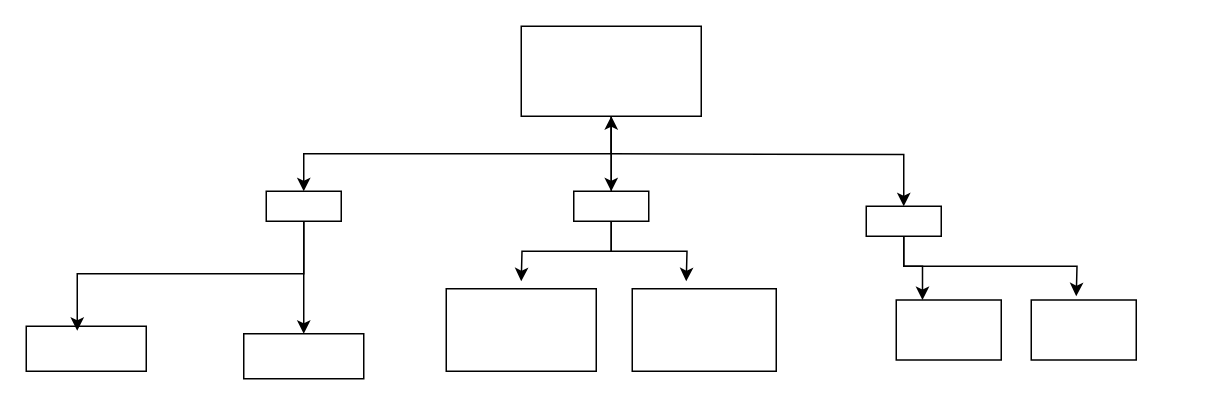
ICS3U-C-Programming-HiabGm/-Unit2-01-Python keeps this draw.io diagram as Untitled Diagram.drawio. Above is the earlier version. Source tidied: cells renumbered, new cells numbered last; positions are measured from the earlier drawing's top-left corner, leaving out a move shared by most shapes. Both pictures are drawn from the tidied source at 150%, with x=0, y=0 at pixel (26, 26).
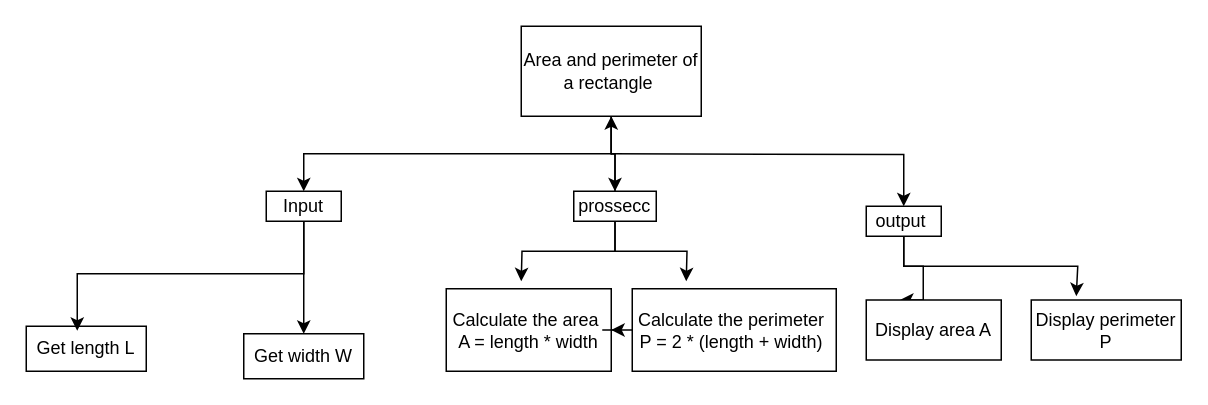
The same diagram, later.

Diff of the diagram source:
```diff
@@
-    <mxCell id="3" style="rounded=0;whiteSpace=wrap;html=1;" parent="1" vertex="1">
+    <mxCell id="3" value="Area and perimeter of a rectangle&amp;nbsp;" style="rounded=0;whiteSpace=wrap;html=1;" parent="1" vertex="1">
       <mxGeometry x="330" width="120" height="60" as="geometry" />
     </mxCell>
@@
-    <mxCell id="5" style="rounded=0;whiteSpace=wrap;html=1;" parent="1" vertex="1">
+    <mxCell id="5" value="Input" style="rounded=0;whiteSpace=wrap;html=1;" parent="1" vertex="1">
       <mxGeometry x="160" y="110" width="50" height="20" as="geometry" />
     </mxCell>
@@
-    <mxCell id="9" style="rounded=0;whiteSpace=wrap;html=1;" parent="1" vertex="1">
-      <mxGeometry x="365" y="110" width="50" height="20" as="geometry" />
+    <mxCell id="9" value="prossecc" style="rounded=0;whiteSpace=wrap;html=1;" parent="1" vertex="1">
+      <mxGeometry x="365" y="110" width="55" height="20" as="geometry" />
     </mxCell>
@@
-    <mxCell id="11" style="rounded=0;whiteSpace=wrap;html=1;" parent="1" vertex="1">
+    <mxCell id="11" value="Get length L" style="rounded=0;whiteSpace=wrap;html=1;" parent="1" vertex="1">
       <mxGeometry y="200" width="80" height="30" as="geometry" />
     </mxCell>
-    <mxCell id="12" style="rounded=0;whiteSpace=wrap;html=1;" parent="1" vertex="1">
+    <mxCell id="12" value="Get width W" style="rounded=0;whiteSpace=wrap;html=1;" parent="1" vertex="1">
       <mxGeometry x="145" y="205" width="80" height="30" as="geometry" />
     </mxCell>
@@
     <mxCell id="16" style="edgeStyle=orthogonalEdgeStyle;rounded=0;jettySize=auto;html=1;exitX=0.5;exitY=1;exitDx=0;exitDy=0;" parent="1" edge="1" source="17">
       <mxGeometry relative="1" as="geometry">
         <mxPoint x="700" y="180" as="targetPoint" />
+        <Array as="points">
+          <mxPoint x="585" y="160" />
+          <mxPoint x="701" y="160" />
+        </Array>
       </mxGeometry>
     </mxCell>
-    <mxCell id="17" style="rounded=0;whiteSpace=wrap;html=1;" parent="1" vertex="1">
+    <mxCell id="17" value="output&amp;nbsp;" style="rounded=0;whiteSpace=wrap;html=1;" parent="1" vertex="1">
       <mxGeometry x="560" y="120" width="50" height="20" as="geometry" />
     </mxCell>
-    <mxCell id="18" style="rounded=0;whiteSpace=wrap;html=1;" parent="1" vertex="1">
-      <mxGeometry x="280" y="175" width="100" height="55" as="geometry" />
+    <mxCell id="18" value="Calculate the area&amp;nbsp;&lt;div&gt;A = length * width&lt;/div&gt;" style="rounded=0;whiteSpace=wrap;html=1;" parent="1" vertex="1">
+      <mxGeometry x="280" y="175" width="110" height="55" as="geometry" />
     </mxCell>
+    <mxCell id="23" style="edgeStyle=orthogonalEdgeStyle;rounded=0;jettySize=auto;html=1;" parent="1" edge="1" source="19" target="18">
+      <mxGeometry relative="1" as="geometry" />
+    </mxCell>
-    <mxCell id="19" style="rounded=0;whiteSpace=wrap;html=1;" parent="1" vertex="1">
-      <mxGeometry x="404" y="175" width="96" height="55" as="geometry" />
+    <mxCell id="19" value="Calculate the&amp;nbsp;perimeter&amp;nbsp; P = 2 * (length + width)&amp;nbsp;" style="rounded=0;whiteSpace=wrap;html=1;" parent="1" vertex="1">
+      <mxGeometry x="404" y="175" width="136" height="55" as="geometry" />
     </mxCell>
-    <mxCell id="20" style="rounded=0;whiteSpace=wrap;html=1;" parent="1" vertex="1">
-      <mxGeometry x="670" y="182.5" width="70" height="40" as="geometry" />
+    <mxCell id="20" value="Display perimeter P" style="rounded=0;whiteSpace=wrap;html=1;" parent="1" vertex="1">
+      <mxGeometry x="670" y="182.5" width="100" height="40" as="geometry" />
     </mxCell>
-    <mxCell id="21" style="rounded=0;whiteSpace=wrap;html=1;" parent="1" vertex="1">
-      <mxGeometry x="580" y="182.5" width="70" height="40" as="geometry" />
+    <mxCell id="21" value="Display area A" style="rounded=0;whiteSpace=wrap;html=1;" parent="1" vertex="1">
+      <mxGeometry x="560" y="182.5" width="90" height="40" as="geometry" />
     </mxCell>
```
